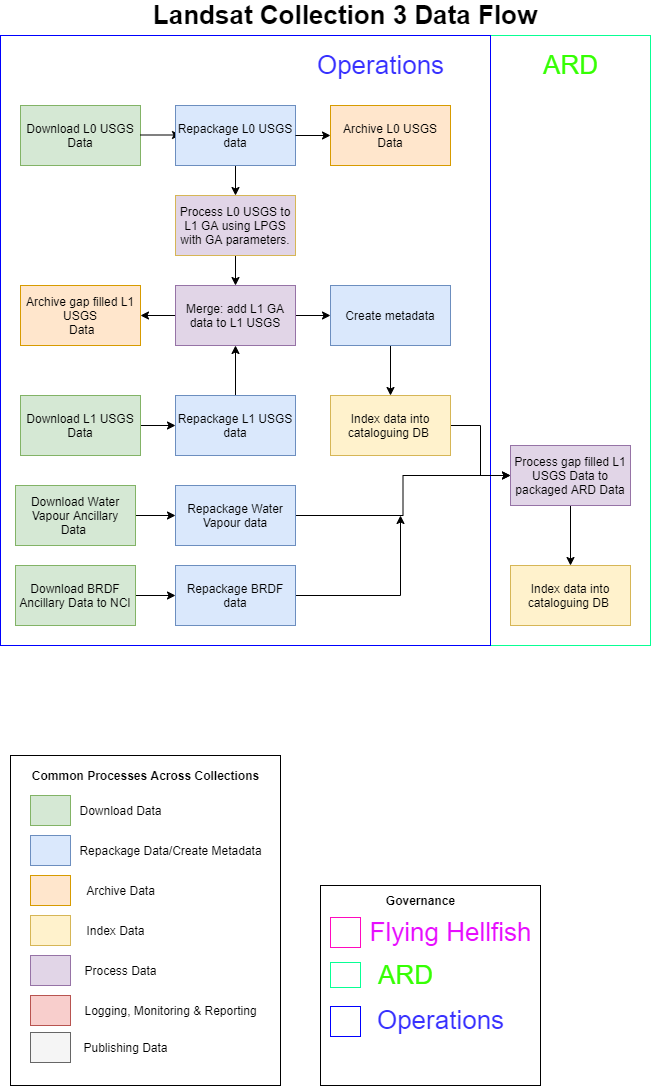
This is collection3/c3dataflow.png from dunkgray/dea-document-images, a draw.io export, as it was before one commit. Source tidied: cells renumbered, new cells last; positions are measured from the earlier drawing's top-left corner, leaving out a move shared by most shapes.
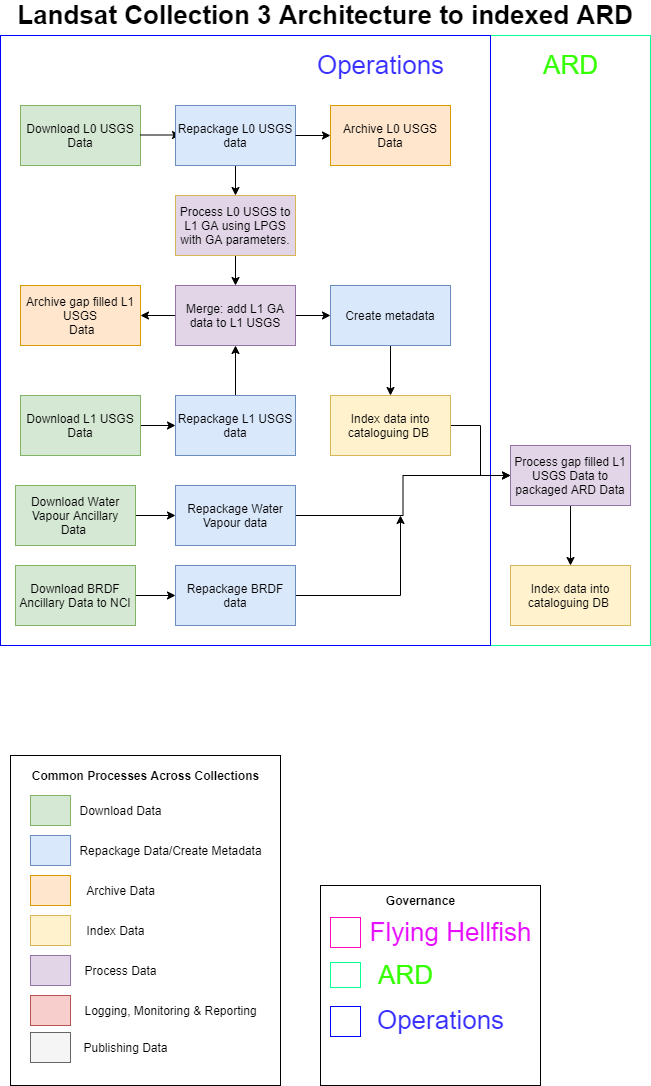
After the commit.

The edit, as a diff of the source:
```diff
@@ -8,8 +8,8 @@
     <mxCell id="3" style="rounded=0;whiteSpace=wrap;html=1;labelBackgroundColor=none;fontSize=26;strokeColor=#0000FF;" parent="1" vertex="1">
       <mxGeometry y="30" width="490" height="610" as="geometry" />
     </mxCell>
-    <mxCell id="4" value="Landsat Collection 3 Data Flow" style="text;html=1;strokeColor=none;fillColor=none;align=center;verticalAlign=middle;whiteSpace=wrap;rounded=0;fontStyle=1;fontSize=26;" parent="1" vertex="1">
-      <mxGeometry x="80" width="530" height="20" as="geometry" />
+    <mxCell id="4" value="Landsat Collection 3 Architecture to indexed ARD" style="text;html=1;strokeColor=none;fillColor=none;align=center;verticalAlign=middle;whiteSpace=wrap;rounded=0;fontStyle=1;fontSize=26;" parent="1" vertex="1">
+      <mxGeometry width="650" height="20" as="geometry" />
     </mxCell>
     <mxCell id="5" style="edgeStyle=orthogonalEdgeStyle;rounded=0;jettySize=auto;html=1;" parent="1" edge="1" source="6" target="8">
       <mxGeometry relative="1" as="geometry" />
```
